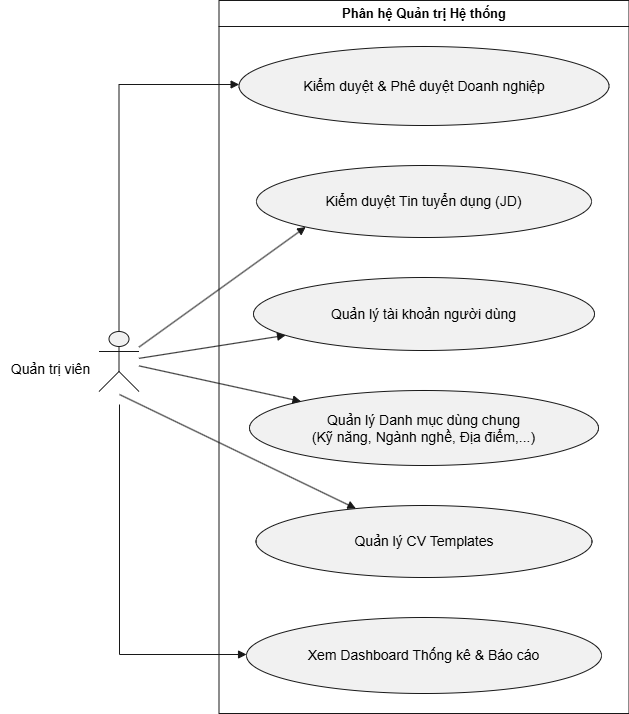
This is diagrams/usecase_admin.png from SE-Project-CTU/smart-recruitment-docs, a draw.io export, as it was before one commit. Source tidied: cells renumbered, new cells last; positions are measured from the earlier drawing's top-left corner, leaving out a move shared by most shapes.
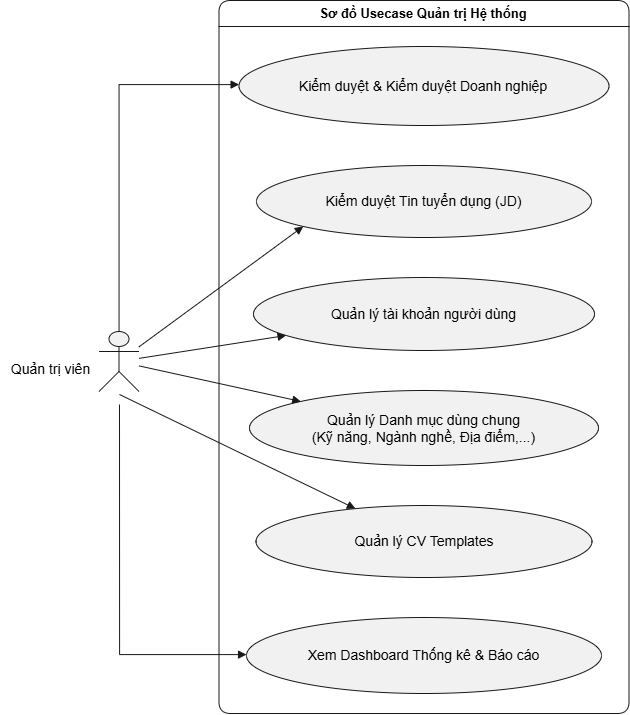
Above is the later version.

What changed in the source:
```diff
@@ -1,11 +1,11 @@
-<mxGraphModel>
+<mxGraphModel background="#ffffff">
   <root>
     <mxCell id="0" />
     <mxCell id="1" parent="0" />
-    <mxCell id="2" value="Phân hệ Quản trị Hệ thống" style="swimlane;startSize=26;fillColor=none;strokeColor=#181818;fontColor=#000000;fontSize=13;fontStyle=1;whiteSpace=wrap;shadow=0;" parent="1" vertex="1">
+    <mxCell id="2" value="Sơ đồ Usecase Quản trị Hệ thống" style="swimlane;startSize=26;fillColor=none;strokeColor=#181818;fontColor=#000000;fontSize=13;fontStyle=1;whiteSpace=wrap;shadow=0;rounded=1;" parent="1" vertex="1">
       <mxGeometry x="218.5" width="410" height="713" as="geometry" />
     </mxCell>
-    <mxCell id="3" value="Kiểm duyệt &amp;amp; Phê duyệt Doanh nghiệp" style="ellipse;html=1;fillColor=#F1F1F1;strokeColor=#181818;whiteSpace=wrap;fontColor=#000000;fontSize=14;shadow=0;" parent="2" vertex="1">
+    <mxCell id="3" value="Kiểm duyệt &amp;amp; Kiểm duyệt Doanh nghiệp" style="ellipse;html=1;fillColor=#F1F1F1;strokeColor=#181818;whiteSpace=wrap;fontColor=#000000;fontSize=14;shadow=0;" parent="2" vertex="1">
       <mxGeometry x="20" y="46" width="370" height="79" as="geometry" />
     </mxCell>
     <mxCell id="4" value="Kiểm duyệt Tin tuyển dụng (JD)" style="ellipse;html=1;fillColor=#F1F1F1;strokeColor=#181818;whiteSpace=wrap;fontColor=#000000;fontSize=14;shadow=0;" parent="2" vertex="1">
```
